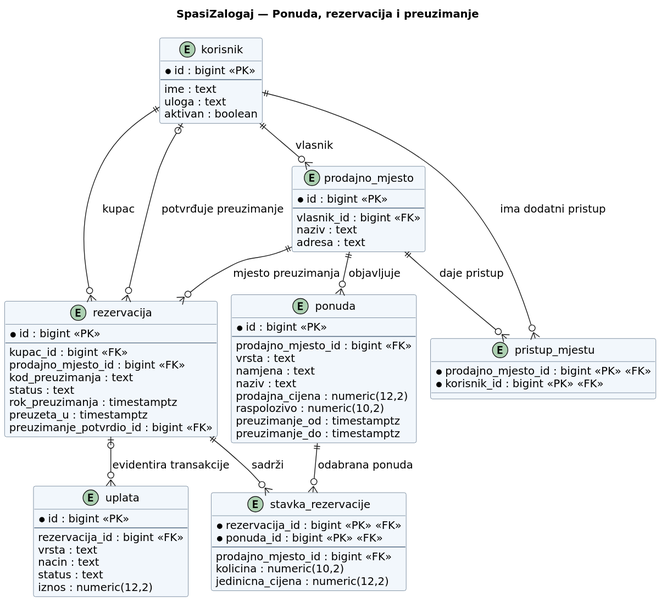
vz56677/zalogajcici keeps this PlantUML diagram as docs/assets/diagrams/4.3.1-spasizalogaj-ERD.svg. Above is the earlier version.
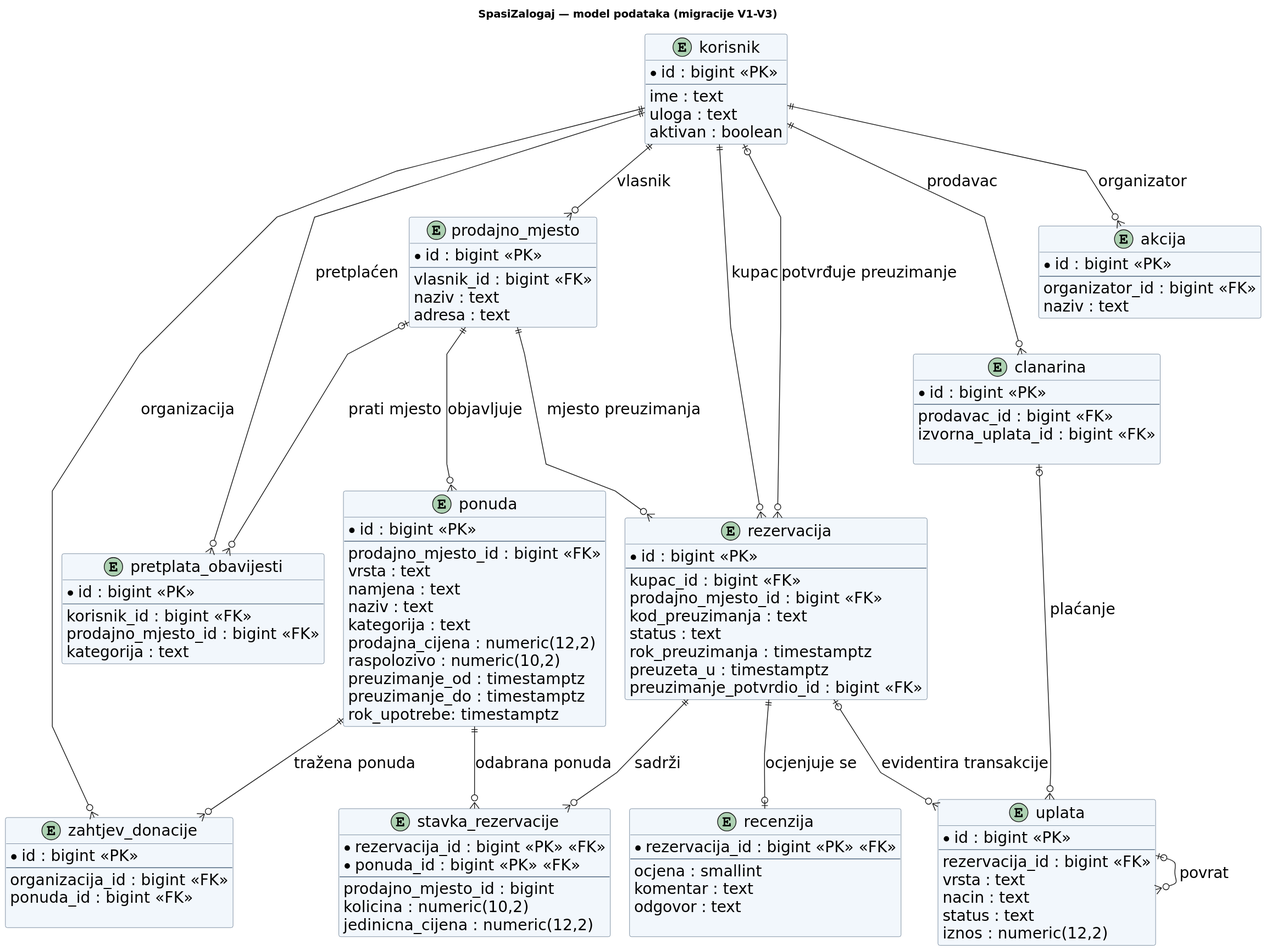
Later version of the same file.

What changed in the source:
```diff
@@ -1,16 +1,15 @@
 @startuml
-!pragma layout smetana
 skinparam shadowing false
 skinparam defaultFontName DejaVu Sans
-skinparam defaultFontSize 14
+skinparam defaultFontSize 20
 skinparam linetype polyline
-skinparam nodesep 42
-skinparam ranksep 52
+skinparam nodesep 25
+skinparam ranksep 70
 skinparam backgroundColor #FFFFFF
 skinparam classBackgroundColor #F2F7FC
 skinparam classBorderColor #526981
 top to bottom direction
-title SpasiZalogaj — Ponuda, rezervacija i preuzimanje
+title SpasiZalogaj — model podataka (migracije V1-V3)
 entity "korisnik" {
   * id : bigint <<PK>>
   --
@@ -32,10 +31,12 @@
     vrsta : text
     namjena : text
     naziv : text
+    kategorija : text
     prodajna_cijena : numeric(12,2)
     raspolozivo : numeric(10,2)
     preuzimanje_od : timestamptz
     preuzimanje_do : timestamptz
+    rok_upotrebe: timestamptz
 }
 entity "rezervacija" {
   * id : bigint <<PK>>
@@ -52,14 +53,11 @@
   * rezervacija_id : bigint <<PK>> <<FK>>
   * ponuda_id : bigint <<PK>> <<FK>>
   --
-    prodajno_mjesto_id : bigint <<FK>>
+    prodajno_mjesto_id : bigint
     kolicina : numeric(10,2)
     jedinicna_cijena : numeric(12,2)
 }
-entity "pristup_mjestu" {
-  * prodajno_mjesto_id : bigint <<PK>> <<FK>>
-  * korisnik_id : bigint <<PK>> <<FK>>
-}
+
 entity "uplata" {
   * id : bigint <<PK>>
   --
@@ -69,6 +67,48 @@
     status : text
     iznos : numeric(12,2)
 }
+
+entity "recenzija"{
+    * rezervacija_id : bigint <<PK>> <<FK>>
+    --
+    ocjena : smallint
+    komentar : text
+    odgovor : text
+
+}
+
+entity "zahtjev_donacije"{
+    * id : bigint <<PK>>
+    --
+    organizacija_id : bigint <<FK>>
+    ponuda_id : bigint <<FK>>
+
+}
+
+entity "akcija"{
+    * id : bigint <<PK>>
+    --
+    organizator_id : bigint <<FK>>
+    naziv : text
+}
+
+entity "clanarina"{
+    * id : bigint <<PK>>
+    --
+    prodavac_id : bigint <<FK>>
+    izvorna_uplata_id : bigint <<FK>>
+
+}
+
+entity "pretplata_obavijesti"{
+    * id : bigint <<PK>>
+    --
+    korisnik_id : bigint <<FK>>
+    prodajno_mjesto_id : bigint <<FK>>
+    kategorija : text
+}
+
+
 korisnik ||--o{ prodajno_mjesto : vlasnik
 korisnik ||--o{ rezervacija : kupac
 korisnik |o--o{ rezervacija : potvrđuje preuzimanje
@@ -76,7 +116,15 @@
 prodajno_mjesto ||--o{ ponuda : objavljuje
 ponuda ||--o{ stavka_rezervacije : odabrana ponuda
 rezervacija ||--o{ stavka_rezervacije : sadrži
-korisnik ||--o{ pristup_mjestu : ima dodatni pristup
-prodajno_mjesto ||--o{ pristup_mjestu : daje pristup
 rezervacija |o--o{ uplata : evidentira transakcije
+
+rezervacija ||--o| recenzija : ocjenjuje se
+korisnik ||--o{ akcija : organizator
+korisnik ||--o{ clanarina : prodavac
+clanarina |o--o{ uplata : plaćanje
+uplata |o--o{ uplata : povrat
+korisnik ||--o{ pretplata_obavijesti : pretplaćen
+prodajno_mjesto |o--o{ pretplata_obavijesti : prati mjesto
+korisnik ||--o{ zahtjev_donacije : organizacija
+ponuda ||--o{ zahtjev_donacije : tražena ponuda
 @enduml
```
